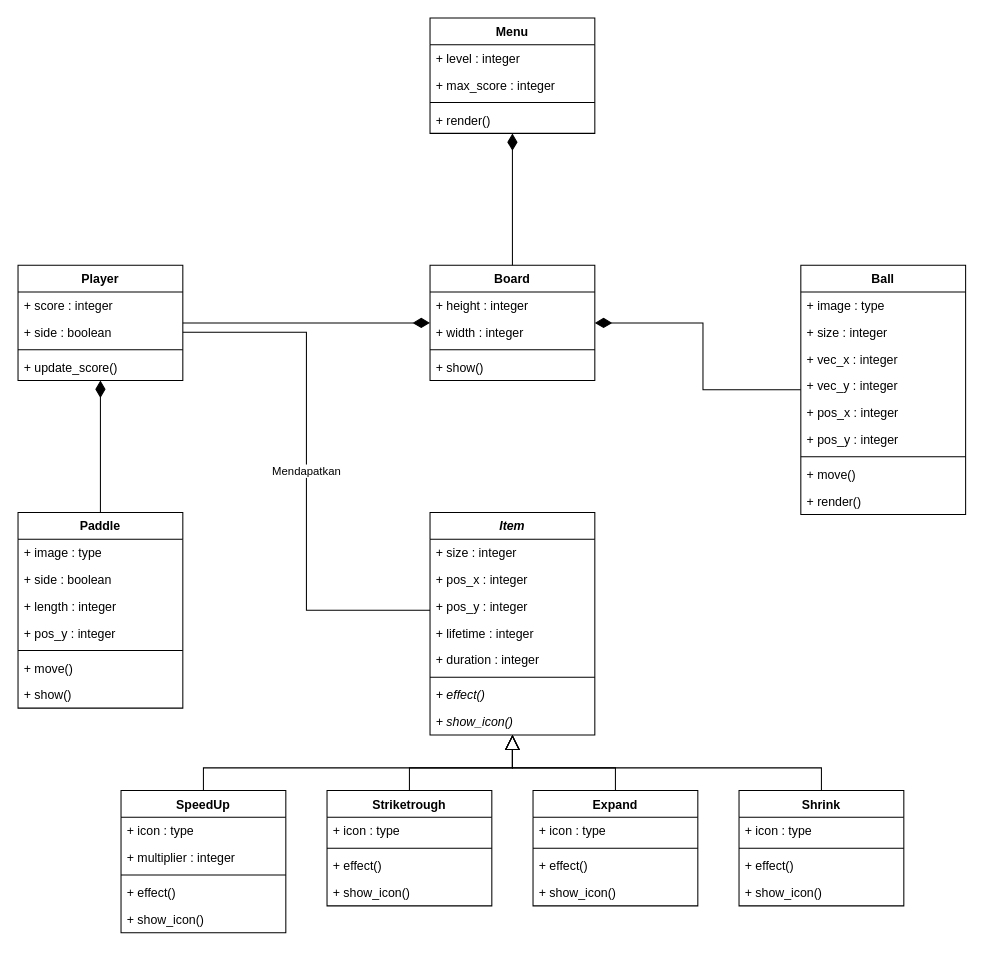
This is UML/UML Diagram.drawio from n0l3r/Pong-Plus, a draw.io file, before an edit. Source tidied: cells renumbered, new cells numbered last; positions are measured from the earlier drawing's top-left corner, leaving out a move shared by most shapes. Both pictures are drawn from the tidied source at 103%, with x=0, y=0 at pixel (18, 18).
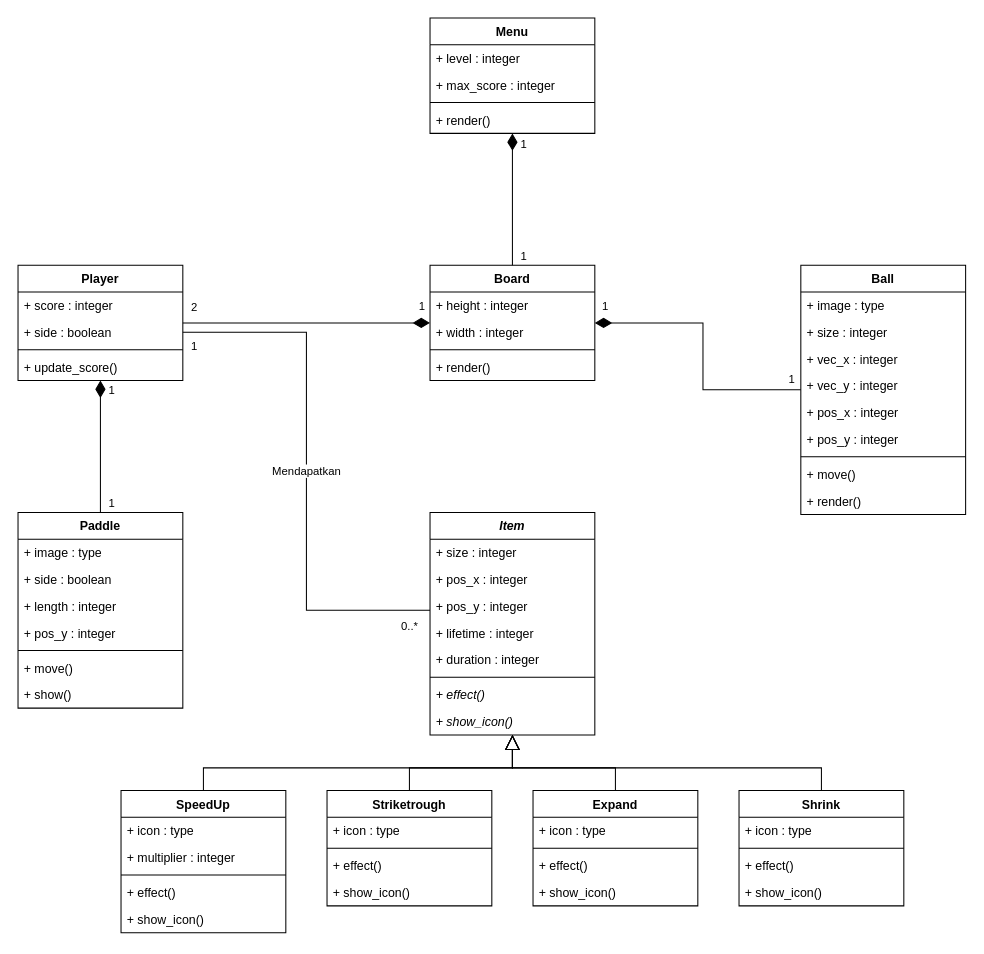
After the change.

The change refers to these unchanged cells:
```xml
<mxCell id="2" style="edgeStyle=orthogonalEdgeStyle;rounded=0;jettySize=auto;html=1;exitX=0.5;exitY=0;exitDx=0;exitDy=0;endArrow=diamondThin;endFill=1;endSize=14;strokeWidth=1;" parent="1" edge="1" source="3" target="62">
  <mxGeometry relative="1" as="geometry" />
</mxCell>
<mxCell id="21" style="edgeStyle=orthogonalEdgeStyle;rounded=0;jettySize=auto;html=1;endArrow=diamondThin;endFill=1;endSize=14;strokeWidth=1;" parent="1" edge="1" source="11" target="22">
  <mxGeometry relative="1" as="geometry" />
</mxCell>
<mxCell id="22" value="Board" style="swimlane;fontStyle=1;align=center;verticalAlign=top;horizontal=1;startSize=26;" parent="1" vertex="1">
  <mxGeometry x="400" y="240" width="160" height="112" as="geometry" />
</mxCell>
<mxCell id="61" style="edgeStyle=orthogonalEdgeStyle;rounded=0;jettySize=auto;html=1;endArrow=diamondThin;endFill=1;strokeWidth=1;endSize=14;" parent="1" edge="1" source="62" target="22">
  <mxGeometry relative="1" as="geometry" />
</mxCell>
<mxCell id="67" value="Mendapatkan" style="edgeStyle=orthogonalEdgeStyle;rounded=0;jettySize=auto;html=1;endArrow=none;endFill=0;endSize=12;strokeWidth=1;" parent="1" edge="1" source="64" target="28">
  <mxGeometry relative="1" as="geometry">
    <Array as="points">
      <mxPoint x="280" y="305" />
      <mxPoint x="280" y="575" />
    </Array>
  </mxGeometry>
</mxCell>
<mxCell id="68" style="edgeStyle=orthogonalEdgeStyle;rounded=0;jettySize=auto;html=1;endArrow=diamondThin;endFill=1;endSize=14;strokeWidth=1;exitX=0.5;exitY=0;exitDx=0;exitDy=0;" parent="1" edge="1" source="22" target="69">
  <mxGeometry relative="1" as="geometry" />
</mxCell>
```

Diff of the diagram source:
```diff
@@
+    <mxCell id="74" value="1" style="edgeLabel;html=1;align=center;verticalAlign=middle;" parent="2" vertex="1">
+      <mxGeometry x="0.86" y="-1" relative="1" as="geometry">
+        <mxPoint x="9" as="offset" />
+      </mxGeometry>
+    </mxCell>
+    <mxCell id="75" value="1" style="edgeLabel;html=1;align=center;verticalAlign=middle;" parent="2" vertex="1">
+      <mxGeometry x="-0.88" relative="1" as="geometry">
+        <mxPoint x="10" y="-2" as="offset" />
+      </mxGeometry>
+    </mxCell>
@@
+    <mxCell id="76" value="1" style="edgeLabel;html=1;align=center;verticalAlign=middle;" parent="21" vertex="1">
+      <mxGeometry x="0.93" relative="1" as="geometry">
+        <mxPoint y="-17" as="offset" />
+      </mxGeometry>
+    </mxCell>
+    <mxCell id="77" value="1" style="edgeLabel;html=1;align=center;verticalAlign=middle;" parent="21" vertex="1">
+      <mxGeometry x="-0.97" relative="1" as="geometry">
+        <mxPoint x="-6" y="-11" as="offset" />
+      </mxGeometry>
+    </mxCell>
@@
-    <mxCell id="26" value="+ show()" style="text;strokeColor=none;fillColor=none;align=left;verticalAlign=top;spacingLeft=4;spacingRight=4;overflow=hidden;" parent="22" vertex="1">
+    <mxCell id="26" value="+ render()" style="text;strokeColor=none;fillColor=none;align=left;verticalAlign=top;spacingLeft=4;spacingRight=4;overflow=hidden;" parent="22" vertex="1">
       <mxGeometry y="86" width="160" height="26" as="geometry" />
     </mxCell>
@@
+    <mxCell id="78" value="1" style="edgeLabel;html=1;align=center;verticalAlign=middle;" parent="61" vertex="1">
+      <mxGeometry x="0.93" relative="1" as="geometry">
+        <mxPoint x="-1" y="-17" as="offset" />
+      </mxGeometry>
+    </mxCell>
+    <mxCell id="79" value="2" style="edgeLabel;html=1;align=center;verticalAlign=middle;" parent="61" vertex="1">
+      <mxGeometry x="-0.95" relative="1" as="geometry">
+        <mxPoint x="4" y="-16" as="offset" />
+      </mxGeometry>
+    </mxCell>
@@
+    <mxCell id="80" value="1" style="edgeLabel;html=1;align=center;verticalAlign=middle;" parent="67" vertex="1">
+      <mxGeometry x="-0.97" relative="1" as="geometry">
+        <mxPoint x="2" y="13" as="offset" />
+      </mxGeometry>
+    </mxCell>
+    <mxCell id="81" value="0..*" style="edgeLabel;html=1;align=center;verticalAlign=middle;" parent="67" vertex="1">
+      <mxGeometry x="0.97" relative="1" as="geometry">
+        <mxPoint x="-13" y="15" as="offset" />
+      </mxGeometry>
+    </mxCell>
@@
+    <mxCell id="82" value="1" style="edgeLabel;html=1;align=center;verticalAlign=middle;" parent="68" vertex="1">
+      <mxGeometry x="0.84" y="-1" relative="1" as="geometry">
+        <mxPoint x="9" as="offset" />
+      </mxGeometry>
+    </mxCell>
+    <mxCell id="83" value="1" style="edgeLabel;html=1;align=center;verticalAlign=middle;" parent="68" vertex="1">
+      <mxGeometry x="-0.91" relative="1" as="geometry">
+        <mxPoint x="10" y="-4" as="offset" />
+      </mxGeometry>
+    </mxCell>
```
